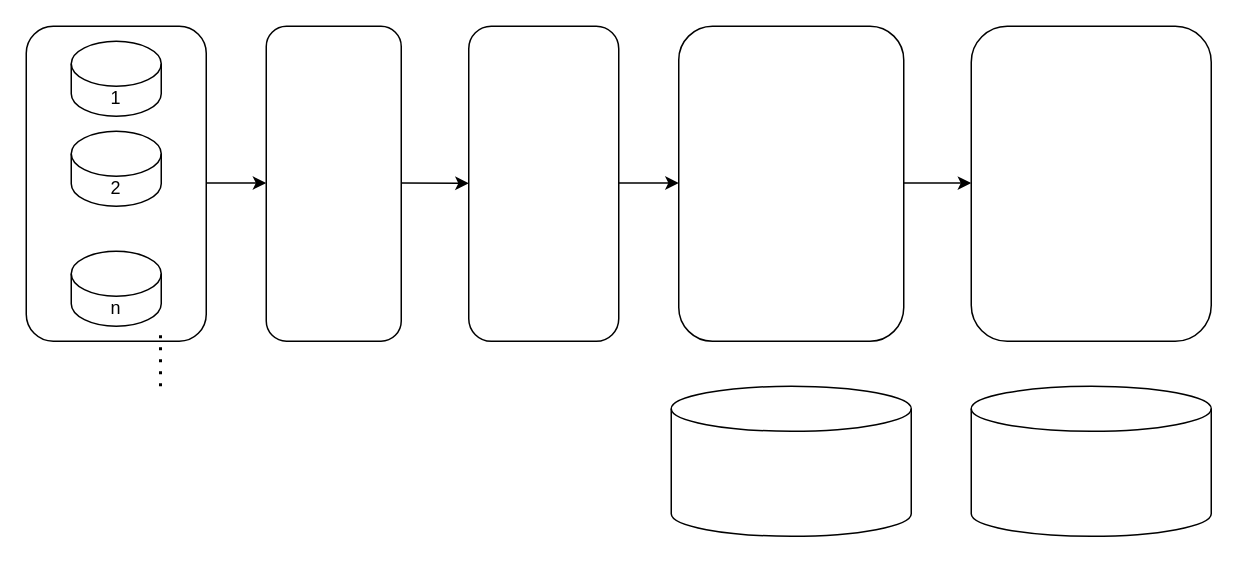
Before: src/main/resources/system flow diagram.drawio in SwagatPanta/aadi, a draw.io diagram. Source tidied: cells renumbered, new cells numbered last; positions are measured from the earlier drawing's top-left corner, leaving out a move shared by most shapes. Both pictures are drawn from the tidied source at 150%, with x=0, y=0 at pixel (26, 26).
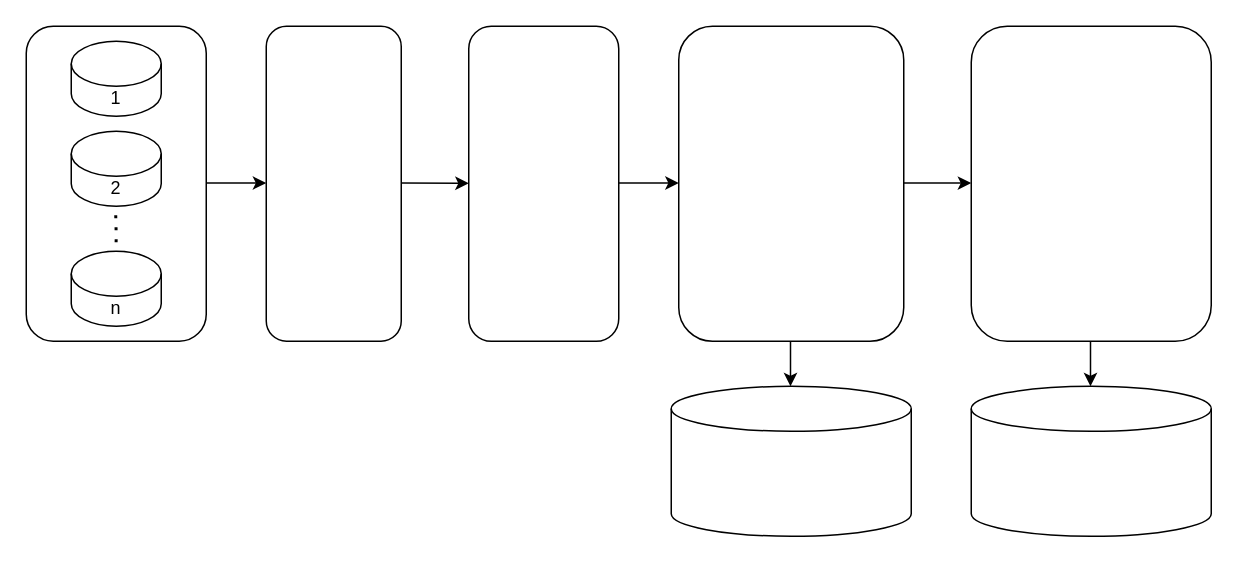
The same diagram, later.

Change to the diagram source:
```diff
@@
     <mxCell id="3" style="endArrow=none;dashed=1;html=1;dashPattern=1 3;strokeWidth=2;rounded=0;" parent="1" edge="1">
       <mxGeometry relative="1" as="geometry">
-        <mxPoint x="89.5" y="240" as="sourcePoint" />
-        <mxPoint x="89.5" y="200" as="targetPoint" />
+        <mxPoint x="59.5" y="160" as="sourcePoint" />
+        <mxPoint x="59.5" y="120" as="targetPoint" />
+        <Array as="points">
+          <mxPoint x="60" y="140" />
+        </Array>
       </mxGeometry>
     </mxCell>
@@
+    <mxCell id="17" style="endArrow=classic;html=1;rounded=0;" parent="1" edge="1">
+      <mxGeometry relative="1" as="geometry">
+        <mxPoint x="509.5" y="210" as="sourcePoint" />
+        <mxPoint x="509.5" y="240" as="targetPoint" />
+      </mxGeometry>
+    </mxCell>
+    <mxCell id="18" style="endArrow=classic;html=1;rounded=0;" parent="1" edge="1">
+      <mxGeometry relative="1" as="geometry">
+        <mxPoint x="709.5" y="210" as="sourcePoint" />
+        <mxPoint x="709.5" y="240" as="targetPoint" />
+      </mxGeometry>
+    </mxCell>
```
